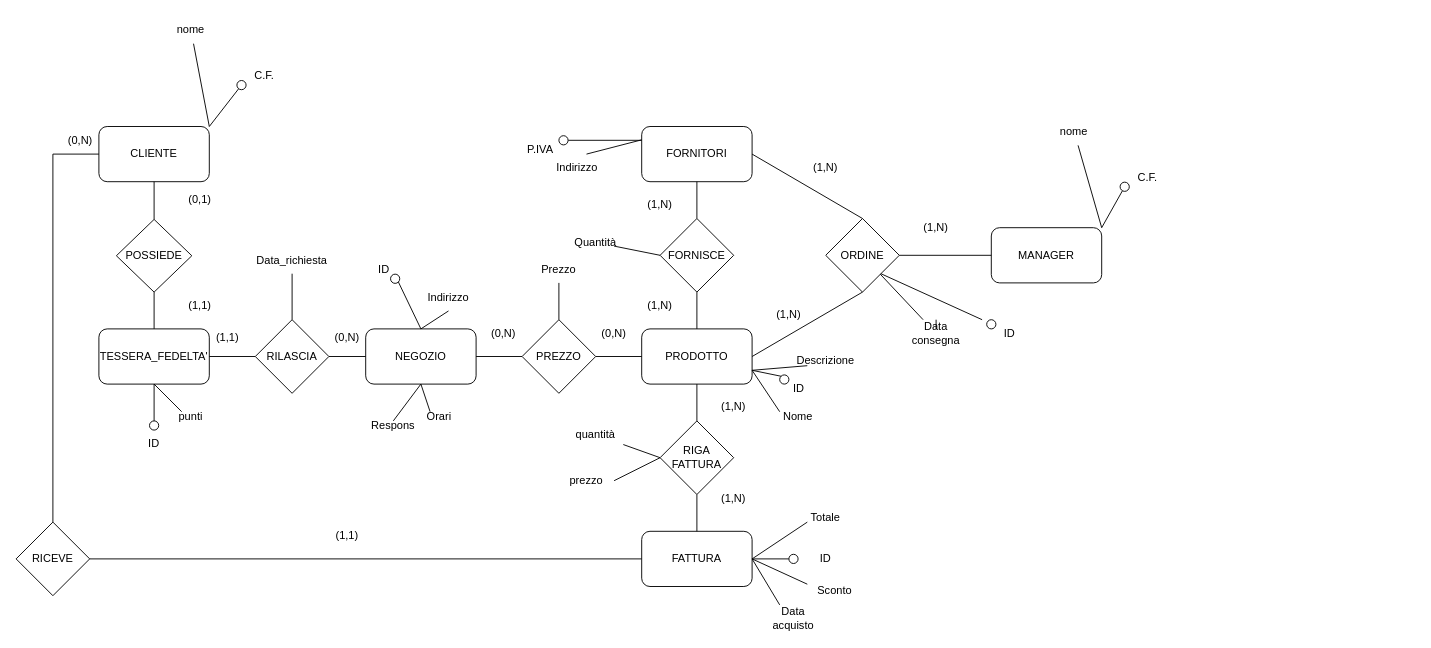
The draw.io diagram docs/schema_ER/Diagramma_ER_Ristrutturato.drawio in Giann8/Progetto_DB_UNI, before the edit. Source tidied: cells renumbered, new cells numbered last; positions are measured from the earlier drawing's top-left corner, leaving out a move shared by most shapes. Both pictures are drawn from the tidied source at 92%, with x=0, y=0 at pixel (16, 16).
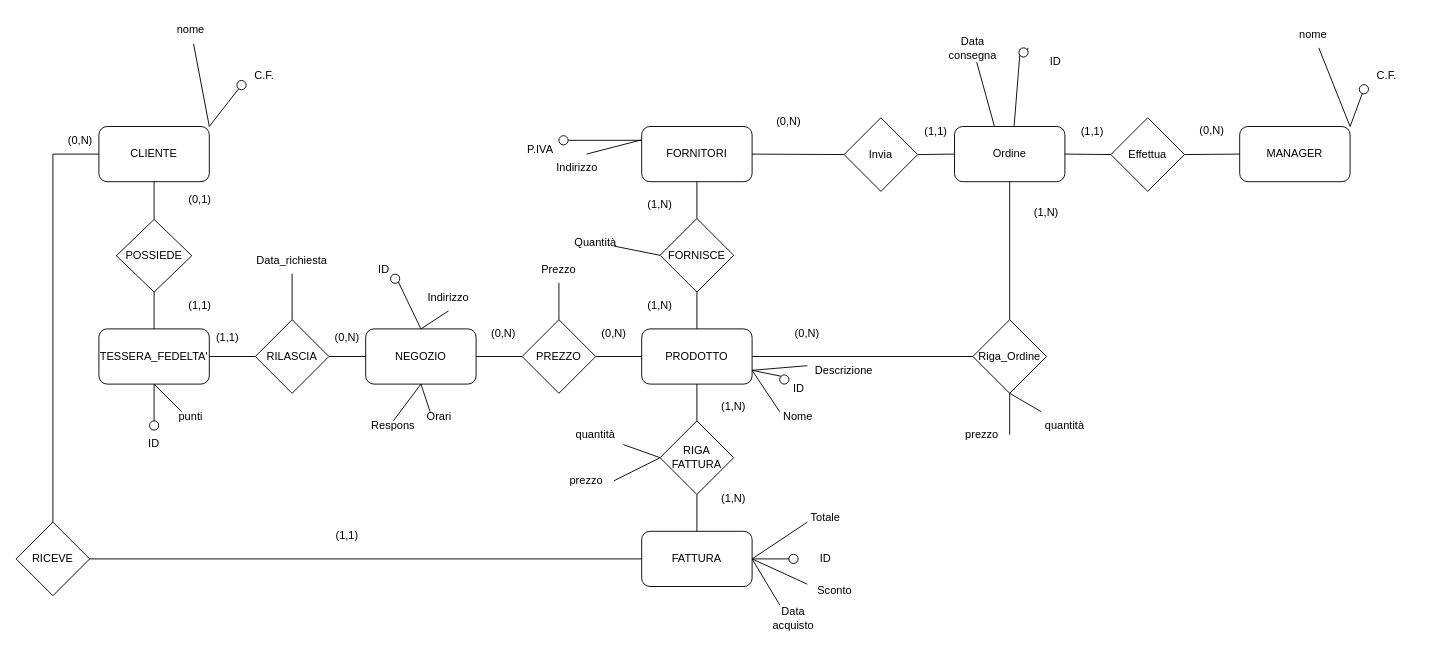
Above is the later version.

The change refers to these unchanged cells:
```xml
<mxCell id="3" value="PRODOTTO" style="rounded=1;whiteSpace=wrap;html=1;" parent="1" vertex="1">
  <mxGeometry x="680" y="340" width="120" height="60" as="geometry" />
</mxCell>
<mxCell id="4" value="FORNITORI" style="rounded=1;whiteSpace=wrap;html=1;" parent="1" vertex="1">
  <mxGeometry x="680" y="120" width="120" height="60" as="geometry" />
</mxCell>
```

The edit, as a diff of the source:
```diff
@@
     <mxCell id="8" value="MANAGER" style="rounded=1;whiteSpace=wrap;html=1;" parent="1" vertex="1">
-      <mxGeometry x="1060" y="230" width="120" height="60" as="geometry" />
+      <mxGeometry x="1330" y="120" width="120" height="60" as="geometry" />
     </mxCell>
@@
-    <mxCell id="26" value="ORDINE" style="rhombus;whiteSpace=wrap;html=1;" parent="1" vertex="1">
-      <mxGeometry x="880" y="220" width="80" height="80" as="geometry" />
+    <mxCell id="26" value="Invia" style="rhombus;whiteSpace=wrap;html=1;" parent="1" vertex="1">
+      <mxGeometry x="900" y="110.5" width="80" height="80" as="geometry" />
     </mxCell>
-    <mxCell id="27" style="endArrow=none;html=1;rounded=0;exitX=1;exitY=0.5;exitDx=0;exitDy=0;entryX=0.5;entryY=0;entryDx=0;entryDy=0;" parent="1" edge="1" source="4" target="26">
+    <mxCell id="27" style="endArrow=none;html=1;rounded=0;exitX=1;exitY=0.5;exitDx=0;exitDy=0;entryX=0;entryY=0.5;entryDx=0;entryDy=0;" parent="1" edge="1" source="4" target="26">
       <mxGeometry relative="1" as="geometry" />
     </mxCell>
-    <mxCell id="28" style="endArrow=none;html=1;rounded=0;exitX=1;exitY=0.5;exitDx=0;exitDy=0;entryX=0.5;entryY=1;entryDx=0;entryDy=0;" parent="1" edge="1" source="3" target="26">
+    <mxCell id="28" style="endArrow=none;html=1;rounded=0;exitX=1;exitY=0.5;exitDx=0;exitDy=0;entryX=0;entryY=0.5;entryDx=0;entryDy=0;" parent="1" edge="1" source="3" target="115">
       <mxGeometry relative="1" as="geometry" />
     </mxCell>
@@
-    <mxCell id="43" value="(1,N)" style="text;html=1;align=center;verticalAlign=middle;whiteSpace=wrap;rounded=0;" parent="1" vertex="1">
-      <mxGeometry x="850" y="150" width="60" height="30" as="geometry" />
+    <mxCell id="43" value="(0,N)" style="text;html=1;align=center;verticalAlign=middle;whiteSpace=wrap;rounded=0;" parent="1" vertex="1">
+      <mxGeometry x="810" y="100" width="60" height="30" as="geometry" />
     </mxCell>
-    <mxCell id="44" value="(1,N)" style="text;html=1;align=center;verticalAlign=middle;whiteSpace=wrap;rounded=0;" parent="1" vertex="1">
-      <mxGeometry x="810" y="310" width="60" height="30" as="geometry" />
+    <mxCell id="44" value="(0,N)" style="text;html=1;align=center;verticalAlign=middle;whiteSpace=wrap;rounded=0;" parent="1" vertex="1">
+      <mxGeometry x="830" y="330" width="60" height="30" as="geometry" />
     </mxCell>
@@
-    <mxCell id="60" style="endArrow=none;html=1;rounded=0;entryX=1;entryY=1;entryDx=0;entryDy=0;exitX=0;exitY=0;exitDx=0;exitDy=0;" parent="1" edge="1" source="68" target="26">
+    <mxCell id="60" style="endArrow=none;html=1;rounded=0;exitX=0;exitY=0;exitDx=0;exitDy=0;entryX=0.5;entryY=1;entryDx=0;entryDy=0;" parent="1" edge="1" source="63" target="108">
       <mxGeometry relative="1" as="geometry" />
     </mxCell>
@@
-    <mxCell id="63" style="ellipse;whiteSpace=wrap;html=1;" parent="1" vertex="1">
-      <mxGeometry x="1055" y="330" width="10" height="10" as="geometry" />
-    </mxCell>
@@
     <mxCell id="68" value="ID" style="text;html=1;align=center;verticalAlign=middle;whiteSpace=wrap;rounded=0;" parent="1" vertex="1">
-      <mxGeometry x="1050" y="330" width="60" height="30" as="geometry" />
+      <mxGeometry x="1100" y="34.5" width="60" height="30" as="geometry" />
     </mxCell>
@@
     <mxCell id="81" value="Descrizione" style="text;html=1;align=center;verticalAlign=middle;whiteSpace=wrap;rounded=0;" parent="1" vertex="1">
-      <mxGeometry x="850" y="360" width="60" height="30" as="geometry" />
+      <mxGeometry x="870" y="370" width="60" height="30" as="geometry" />
     </mxCell>
-    <mxCell id="82" style="endArrow=none;html=1;rounded=0;" parent="1" edge="1" source="100" target="26">
+    <mxCell id="82" style="endArrow=none;html=1;rounded=0;entryX=0.5;entryY=1;entryDx=0;entryDy=0;" parent="1" edge="1" source="100" target="108">
       <mxGeometry relative="1" as="geometry" />
     </mxCell>
@@
-    <mxCell id="99" style="endArrow=none;html=1;rounded=0;" parent="1" edge="1" target="100">
-      <mxGeometry relative="1" as="geometry">
-        <mxPoint x="1000" y="340" as="sourcePoint" />
-      </mxGeometry>
-    </mxCell>
     <mxCell id="100" value="Data consegna" style="text;html=1;align=center;verticalAlign=middle;whiteSpace=wrap;rounded=0;" parent="1" vertex="1">
-      <mxGeometry x="970" y="330" width="60" height="30" as="geometry" />
+      <mxGeometry x="1010" y="20" width="60" height="30" as="geometry" />
     </mxCell>
-    <mxCell id="101" style="endArrow=none;html=1;rounded=0;exitX=1;exitY=0.5;exitDx=0;exitDy=0;entryX=0;entryY=0.5;entryDx=0;entryDy=0;" parent="1" edge="1" source="26" target="8">
+    <mxCell id="101" style="endArrow=none;html=1;rounded=0;entryX=0;entryY=0.5;entryDx=0;entryDy=0;exitX=1;exitY=0.5;exitDx=0;exitDy=0;" parent="1" edge="1" source="110" target="8">
       <mxGeometry relative="1" as="geometry" />
     </mxCell>
-    <mxCell id="102" value="(1,N)" style="text;html=1;align=center;verticalAlign=middle;whiteSpace=wrap;rounded=0;" parent="1" vertex="1">
-      <mxGeometry x="970" y="215" width="60" height="30" as="geometry" />
+    <mxCell id="102" value="(1,1)" style="text;html=1;align=center;verticalAlign=middle;whiteSpace=wrap;rounded=0;" parent="1" vertex="1">
+      <mxGeometry x="970" y="110.5" width="60" height="30" as="geometry" />
     </mxCell>
@@
     <mxCell id="104" style="ellipse;whiteSpace=wrap;html=1;" parent="1" vertex="1">
-      <mxGeometry x="1200" y="180.5" width="10" height="10" as="geometry" />
+      <mxGeometry x="1460" y="74.5" width="10" height="10" as="geometry" />
     </mxCell>
     <mxCell id="105" value="C.F." style="text;html=1;align=center;verticalAlign=middle;whiteSpace=wrap;rounded=0;" parent="1" vertex="1">
-      <mxGeometry x="1200" y="160.5" width="60" height="30" as="geometry" />
+      <mxGeometry x="1460" y="50" width="60" height="30" as="geometry" />
     </mxCell>
@@
     <mxCell id="107" value="nome" style="text;html=1;align=center;verticalAlign=middle;whiteSpace=wrap;rounded=0;" parent="1" vertex="1">
-      <mxGeometry x="1120" y="110.5" width="60" height="30" as="geometry" />
+      <mxGeometry x="1380" y="4.5" width="60" height="30" as="geometry" />
     </mxCell>
+    <mxCell id="108" value="Ordine" style="rounded=1;whiteSpace=wrap;html=1;" parent="1" vertex="1">
+      <mxGeometry x="1020" y="120" width="120" height="60" as="geometry" />
+    </mxCell>
+    <mxCell id="109" style="endArrow=none;html=1;rounded=0;entryX=0;entryY=0.5;entryDx=0;entryDy=0;exitX=1;exitY=0.5;exitDx=0;exitDy=0;" parent="1" edge="1" source="26" target="108">
+      <mxGeometry relative="1" as="geometry" />
+    </mxCell>
+    <mxCell id="110" value="Effettua" style="rhombus;whiteSpace=wrap;html=1;" parent="1" vertex="1">
+      <mxGeometry x="1190" y="110.5" width="80" height="80" as="geometry" />
+    </mxCell>
+    <mxCell id="111" style="endArrow=none;html=1;rounded=0;entryX=0;entryY=0.5;entryDx=0;entryDy=0;exitX=1;exitY=0.5;exitDx=0;exitDy=0;" parent="1" edge="1" source="108" target="110">
+      <mxGeometry relative="1" as="geometry" />
+    </mxCell>
+    <mxCell id="112" value="(1,1)" style="text;html=1;align=center;verticalAlign=middle;whiteSpace=wrap;rounded=0;" parent="1" vertex="1">
+      <mxGeometry x="1140" y="110.5" width="60" height="30" as="geometry" />
+    </mxCell>
+    <mxCell id="113" value="(0,N)" style="text;html=1;align=center;verticalAlign=middle;whiteSpace=wrap;rounded=0;" parent="1" vertex="1">
+      <mxGeometry x="1270" y="110" width="60" height="30" as="geometry" />
+    </mxCell>
+    <mxCell id="114" style="endArrow=none;html=1;rounded=0;exitX=0;exitY=0;exitDx=0;exitDy=0;entryX=0.5;entryY=1;entryDx=0;entryDy=0;" parent="1" edge="1" source="68" target="63">
+      <mxGeometry relative="1" as="geometry" />
+    </mxCell>
+    <mxCell id="63" style="ellipse;whiteSpace=wrap;html=1;" parent="1" vertex="1">
+      <mxGeometry x="1090" y="34.5" width="10" height="10" as="geometry" />
+    </mxCell>
+    <mxCell id="115" value="Riga_Ordine" style="rhombus;whiteSpace=wrap;html=1;" parent="1" vertex="1">
+      <mxGeometry x="1040" y="330" width="80" height="80" as="geometry" />
+    </mxCell>
+    <mxCell id="116" style="endArrow=none;html=1;rounded=0;entryX=0.5;entryY=1;entryDx=0;entryDy=0;" parent="1" edge="1" source="117" target="115">
+      <mxGeometry relative="1" as="geometry" />
+    </mxCell>
+    <mxCell id="117" value="&lt;div&gt;quantità&lt;/div&gt;" style="text;html=1;align=center;verticalAlign=middle;whiteSpace=wrap;rounded=0;" parent="1" vertex="1">
+      <mxGeometry x="1110" y="430" width="60" height="30" as="geometry" />
+    </mxCell>
+    <mxCell id="118" style="endArrow=none;html=1;rounded=0;entryX=0.5;entryY=1;entryDx=0;entryDy=0;exitX=1;exitY=0.5;exitDx=0;exitDy=0;" parent="1" edge="1" source="119" target="115">
+      <mxGeometry relative="1" as="geometry" />
+    </mxCell>
+    <mxCell id="119" value="prezzo" style="text;html=1;align=center;verticalAlign=middle;whiteSpace=wrap;rounded=0;" parent="1" vertex="1">
+      <mxGeometry x="1020" y="440" width="60" height="30" as="geometry" />
+    </mxCell>
+    <mxCell id="120" style="endArrow=none;html=1;rounded=0;entryX=0.5;entryY=1;entryDx=0;entryDy=0;exitX=0.5;exitY=0;exitDx=0;exitDy=0;" parent="1" edge="1" source="115" target="108">
+      <mxGeometry relative="1" as="geometry" />
+    </mxCell>
+    <mxCell id="121" value="(1,N)" style="text;html=1;align=center;verticalAlign=middle;whiteSpace=wrap;rounded=0;" parent="1" vertex="1">
+      <mxGeometry x="1090" y="199" width="60" height="30" as="geometry" />
+    </mxCell>
```
